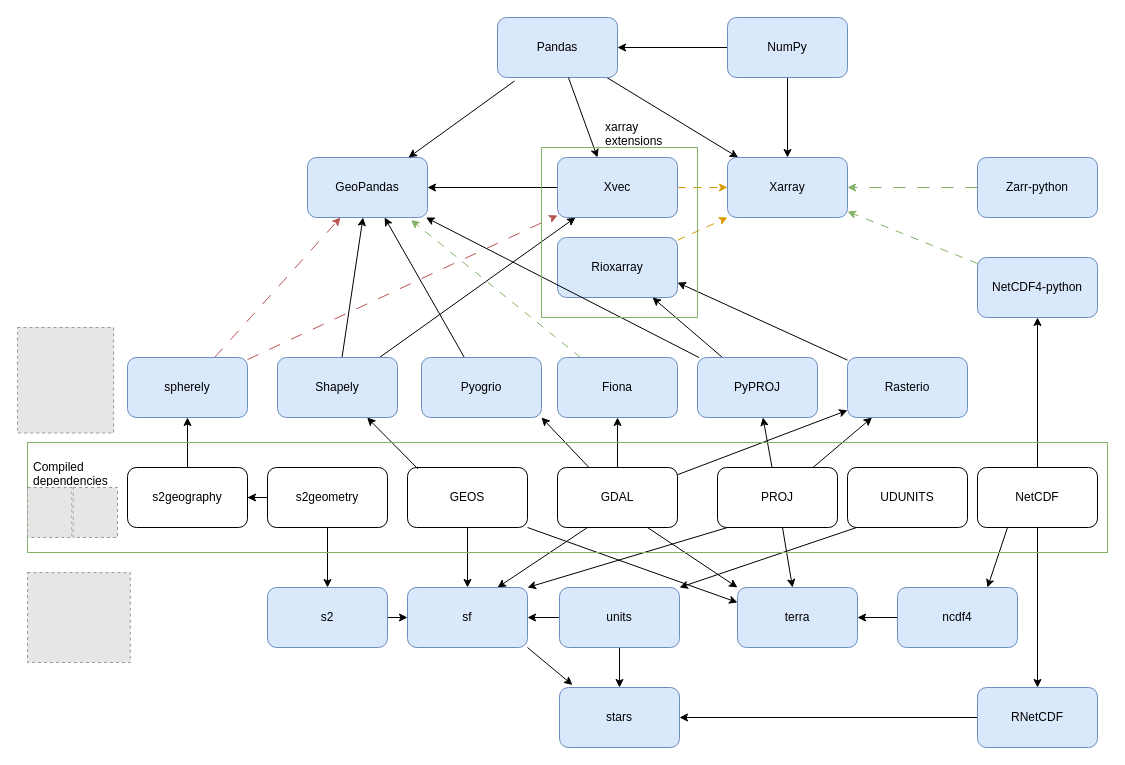
This is geopythonR.drawio from edzer/sdsl, a draw.io file, before an edit. Source tidied: cells renumbered, new cells numbered last; positions are measured from the earlier drawing's top-left corner, leaving out a move shared by most shapes. Both pictures are drawn from the tidied source at 100%, with x=0, y=0 at pixel (17, 17). Pictures stored in the file or linked from it are replaced by grey dashed boxes.
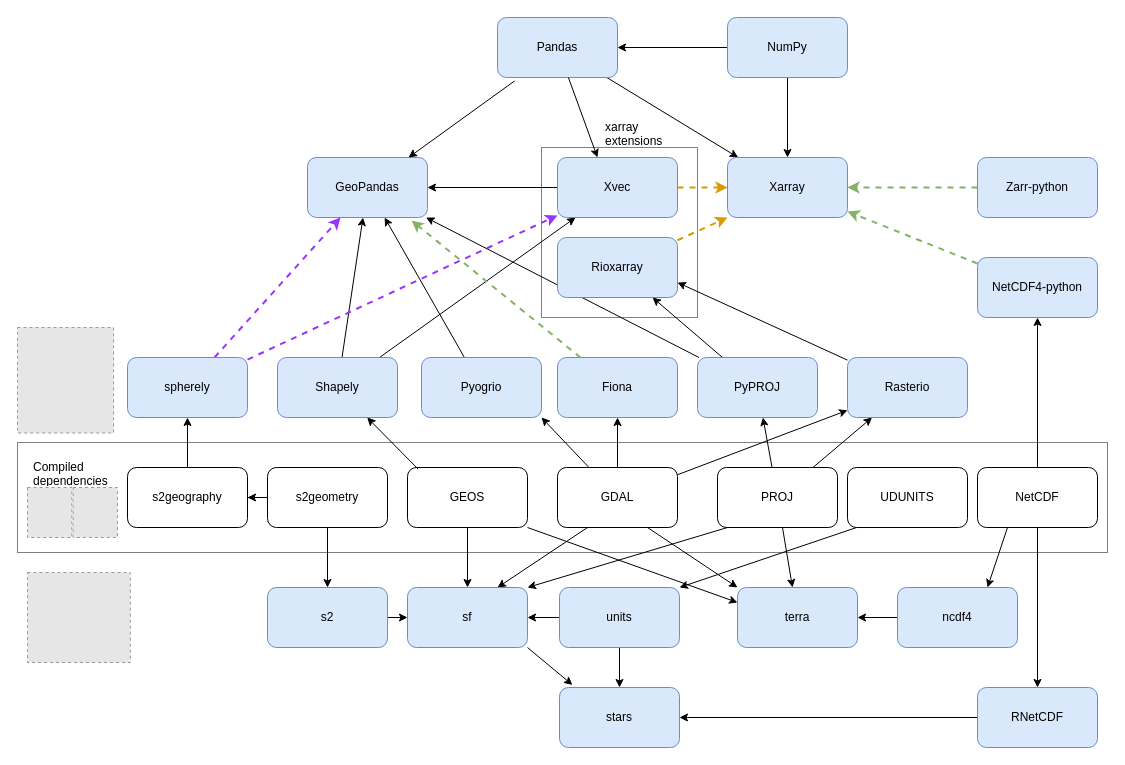
Above is the later version.

Commit message (it also covers changes not shown here):
update figure for legibility and harmonize names

Unchanged cells that the change refers to:
```xml
<mxCell id="19" value="Fiona" style="rounded=1;whiteSpace=wrap;html=1;fillColor=#dae8fc;strokeColor=#6c8ebf;" parent="1" vertex="1">
  <mxGeometry x="540" y="340" width="120" height="60" as="geometry" />
</mxCell>
<mxCell id="22" value="GeoPandas" style="rounded=1;whiteSpace=wrap;html=1;fillColor=#dae8fc;strokeColor=#6c8ebf;" parent="1" vertex="1">
  <mxGeometry x="290" y="140" width="120" height="60" as="geometry" />
</mxCell>
<mxCell id="26" value="Xarray" style="rounded=1;whiteSpace=wrap;html=1;fillColor=#dae8fc;strokeColor=#6c8ebf;" parent="1" vertex="1">
  <mxGeometry x="710" y="140" width="120" height="60" as="geometry" />
</mxCell>
<mxCell id="28" value="Xvec" style="rounded=1;whiteSpace=wrap;html=1;fillColor=#dae8fc;strokeColor=#6c8ebf;" parent="1" vertex="1">
  <mxGeometry x="540" y="140" width="120" height="60" as="geometry" />
</mxCell>
<mxCell id="30" value="Rioxarray" style="rounded=1;whiteSpace=wrap;html=1;fillColor=#dae8fc;strokeColor=#6c8ebf;" parent="1" vertex="1">
  <mxGeometry x="540" y="220" width="120" height="60" as="geometry" />
</mxCell>
<mxCell id="32" value="NetCDF4-python" style="rounded=1;whiteSpace=wrap;html=1;fillColor=#dae8fc;strokeColor=#6c8ebf;" parent="1" vertex="1">
  <mxGeometry x="960" y="240" width="120" height="60" as="geometry" />
</mxCell>
<mxCell id="42" value="spherely" style="rounded=1;whiteSpace=wrap;html=1;fillColor=#dae8fc;strokeColor=#6c8ebf;" parent="1" vertex="1">
  <mxGeometry x="110" y="340" width="120" height="60" as="geometry" />
</mxCell>
<mxCell id="45" value="PyPROJ" style="rounded=1;whiteSpace=wrap;html=1;fillColor=#dae8fc;strokeColor=#6c8ebf;" parent="1" vertex="1">
  <mxGeometry x="680" y="340" width="120" height="60" as="geometry" />
</mxCell>
<mxCell id="47" value="Zarr-python" style="rounded=1;whiteSpace=wrap;html=1;fillColor=#dae8fc;strokeColor=#6c8ebf;" parent="1" vertex="1">
  <mxGeometry x="960" y="140" width="120" height="60" as="geometry" />
</mxCell>
```

What changed in the source:
```diff
@@
+    <mxCell id="53" style="rounded=0;whiteSpace=wrap;html=1;fillColor=none;strokeColor=light-dark(#808080,#3DAE9D);strokeWidth=1;" parent="1" vertex="1">
+      <mxGeometry x="524" y="130" width="156" height="170" as="geometry" />
+    </mxCell>
+    <mxCell id="76" style="rounded=0;whiteSpace=wrap;html=1;fillColor=none;strokeColor=light-dark(#808080,#3DAE9D);strokeWidth=1;" parent="1" vertex="1">
+      <mxGeometry y="425" width="1090" height="110" as="geometry" />
+    </mxCell>
+    <mxCell id="43" style="rounded=0;jettySize=auto;html=1;" parent="1" edge="1" source="45" target="22">
+      <mxGeometry relative="1" as="geometry" />
+    </mxCell>
@@
-    <mxCell id="27" style="rounded=0;jettySize=auto;html=1;dashed=1;dashPattern=8 8;fillColor=#ffe6cc;strokeColor=#d79b00;" parent="1" edge="1" source="28" target="26">
+    <mxCell id="27" style="rounded=0;jettySize=auto;html=1;dashed=1;fillColor=#ffe6cc;strokeColor=#d79b00;strokeWidth=2;" parent="1" edge="1" source="28" target="26">
       <mxGeometry relative="1" as="geometry" />
     </mxCell>
@@
-    <mxCell id="29" style="rounded=0;jettySize=auto;html=1;dashed=1;dashPattern=8 8;fillColor=#ffe6cc;strokeColor=#d79b00;entryX=0;entryY=1;entryDx=0;entryDy=0;" parent="1" edge="1" source="30" target="26">
+    <mxCell id="29" style="rounded=0;jettySize=auto;html=1;dashed=1;fillColor=#ffe6cc;strokeColor=#d79b00;entryX=0;entryY=1;entryDx=0;entryDy=0;strokeWidth=2;" parent="1" edge="1" source="30" target="26">
       <mxGeometry relative="1" as="geometry" />
     </mxCell>
@@
-    <mxCell id="31" style="rounded=0;jettySize=auto;html=1;dashed=1;dashPattern=8 8;fillColor=#d5e8d4;strokeColor=#82b366;" parent="1" edge="1" source="32" target="26">
+    <mxCell id="31" style="rounded=0;jettySize=auto;html=1;dashed=1;fillColor=#d5e8d4;strokeColor=#82b366;strokeWidth=2;" parent="1" edge="1" source="32" target="26">
       <mxGeometry relative="1" as="geometry" />
     </mxCell>
@@
-    <mxCell id="40" style="rounded=0;jettySize=auto;html=1;dashed=1;dashPattern=12 12;fillColor=#f8cecc;strokeColor=#b85450;" parent="1" edge="1" source="42" target="22">
+    <mxCell id="40" style="rounded=0;jettySize=auto;html=1;dashed=1;fillColor=#f8cecc;strokeColor=#9933FF;strokeWidth=2;" parent="1" edge="1" source="42" target="22">
       <mxGeometry relative="1" as="geometry" />
     </mxCell>
-    <mxCell id="41" style="rounded=0;jettySize=auto;html=1;dashed=1;dashPattern=12 12;fillColor=#f8cecc;strokeColor=#b85450;" parent="1" edge="1" source="42" target="28">
+    <mxCell id="41" style="rounded=0;jettySize=auto;html=1;dashed=1;fillColor=#f8cecc;strokeColor=#9933FF;strokeWidth=2;" parent="1" edge="1" source="42" target="28">
       <mxGeometry relative="1" as="geometry" />
     </mxCell>
@@
-    <mxCell id="43" style="rounded=0;jettySize=auto;html=1;" parent="1" edge="1" source="45" target="22">
-      <mxGeometry relative="1" as="geometry" />
-    </mxCell>
@@
-    <mxCell id="46" style="rounded=0;jettySize=auto;html=1;dashed=1;dashPattern=12 12;fillColor=#d5e8d4;strokeColor=#82b366;" parent="1" edge="1" source="47" target="26">
+    <mxCell id="46" style="rounded=0;jettySize=auto;html=1;dashed=1;fillColor=#d5e8d4;strokeColor=#82b366;strokeWidth=2;" parent="1" edge="1" source="47" target="26">
       <mxGeometry relative="1" as="geometry" />
     </mxCell>
@@
-    <mxCell id="53" style="rounded=0;whiteSpace=wrap;html=1;fillColor=none;strokeColor=#82b366;" parent="1" vertex="1">
-      <mxGeometry x="524" y="130" width="156" height="170" as="geometry" />
-    </mxCell>
@@
-    <mxCell id="74" style="rounded=0;jettySize=auto;html=1;dashed=1;dashPattern=8 8;fillColor=#d5e8d4;strokeColor=#82b366;entryX=0.863;entryY=1.042;entryDx=0;entryDy=0;entryPerimeter=0;" parent="1" edge="1" source="19" target="22">
-      <mxGeometry relative="1" as="geometry" />
+    <mxCell id="74" style="rounded=0;jettySize=auto;html=1;dashed=1;fillColor=#d5e8d4;strokeColor=#82b366;strokeWidth=2;" parent="1" edge="1" source="19">
+      <mxGeometry relative="1" as="geometry">
+        <mxPoint x="394" y="203" as="targetPoint" />
+      </mxGeometry>
     </mxCell>
@@
-    <mxCell id="76" style="rounded=0;whiteSpace=wrap;html=1;fillColor=none;strokeColor=#82b366;" parent="1" vertex="1">
-      <mxGeometry x="10" y="425" width="1080" height="110" as="geometry" />
-    </mxCell>
```
